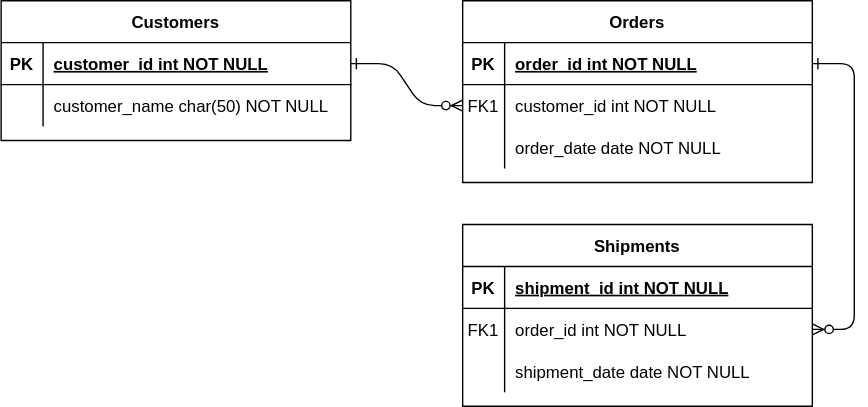
This is document/numbleBank.svg from thinkp0907/numble-banking-api, a draw.io export, as it was before one commit. Source tidied: cells renumbered, new cells last; positions are measured from the earlier drawing's top-left corner, leaving out a move shared by most shapes.
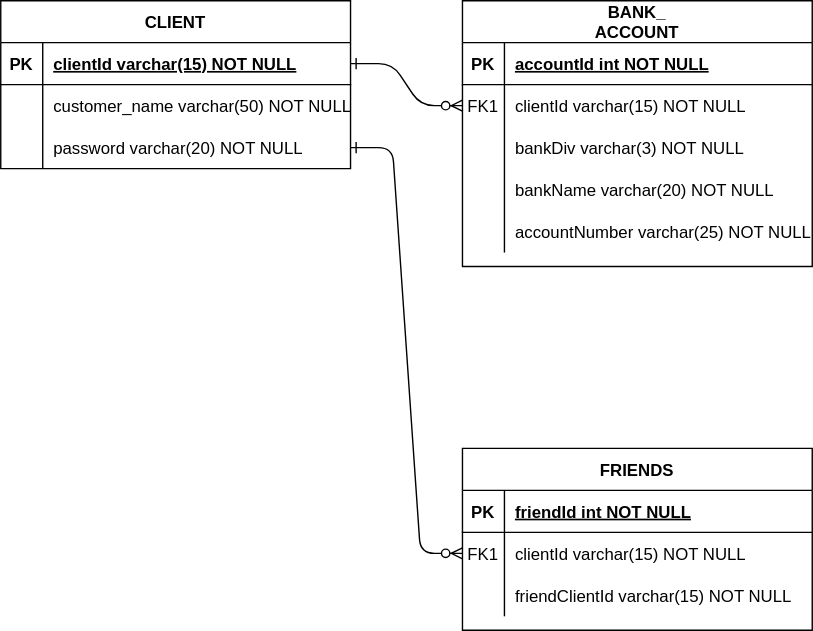
After the change.

Commit message:
#2 - ERD numbleBank 수정

Diff of the diagram source:
```diff
@@ -5,11 +5,8 @@
     <mxCell id="2" style="edgeStyle=entityRelationEdgeStyle;endArrow=ERzeroToMany;startArrow=ERone;endFill=1;startFill=0;" parent="1" edge="1" source="25" target="8">
       <mxGeometry relative="1" as="geometry" />
     </mxCell>
-    <mxCell id="3" style="edgeStyle=entityRelationEdgeStyle;endArrow=ERzeroToMany;startArrow=ERone;endFill=1;startFill=0;" parent="1" edge="1" source="5" target="18">
-      <mxGeometry relative="1" as="geometry" />
-    </mxCell>
-    <mxCell id="4" value="Orders" style="shape=table;startSize=30;rowLines=0;fontStyle=1;align=center;" parent="1" vertex="1">
-      <mxGeometry x="330" width="250" height="130" as="geometry" />
+    <mxCell id="4" value="BANK_&#10;ACCOUNT" style="shape=table;startSize=30;rowLines=0;fontStyle=1;align=center;" parent="1" vertex="1">
+      <mxGeometry x="330" width="250" height="190" as="geometry" />
     </mxCell>
     <mxCell id="5" style="shape=partialRectangle;fillColor=none;points=[[0,0.5],[1,0.5]];portConstraint=eastwest;top=0;left=0;right=0;bottom=1;" parent="4" vertex="1">
       <mxGeometry y="30" width="250" height="30" as="geometry" />
@@ -17,7 +14,7 @@
     <mxCell id="6" value="PK" style="shape=partialRectangle;overflow=hidden;fillColor=none;top=0;left=0;bottom=0;right=0;fontStyle=1;" parent="5" vertex="1">
       <mxGeometry width="30" height="30" as="geometry" />
     </mxCell>
-    <mxCell id="7" value="order_id int NOT NULL " style="shape=partialRectangle;overflow=hidden;fillColor=none;top=0;left=0;bottom=0;right=0;align=left;spacingLeft=6;fontStyle=5;" parent="5" vertex="1">
+    <mxCell id="7" value="accountId int NOT NULL " style="shape=partialRectangle;overflow=hidden;fillColor=none;top=0;left=0;bottom=0;right=0;align=left;spacingLeft=6;fontStyle=5;" parent="5" vertex="1">
       <mxGeometry x="30" width="220" height="30" as="geometry" />
     </mxCell>
     <mxCell id="8" style="shape=partialRectangle;fillColor=none;points=[[0,0.5],[1,0.5]];portConstraint=eastwest;top=0;left=0;right=0;bottom=0;" parent="4" vertex="1">
@@ -26,7 +23,7 @@
     <mxCell id="9" value="FK1" style="shape=partialRectangle;overflow=hidden;fillColor=none;top=0;left=0;bottom=0;right=0;" parent="8" vertex="1">
       <mxGeometry width="30" height="30" as="geometry" />
     </mxCell>
-    <mxCell id="10" value="customer_id int NOT NULL" style="shape=partialRectangle;overflow=hidden;fillColor=none;top=0;left=0;bottom=0;right=0;align=left;spacingLeft=6;" parent="8" vertex="1">
+    <mxCell id="10" value="clientId varchar(15) NOT NULL" style="shape=partialRectangle;overflow=hidden;fillColor=none;top=0;left=0;bottom=0;right=0;align=left;spacingLeft=6;" parent="8" vertex="1">
       <mxGeometry x="30" width="220" height="30" as="geometry" />
     </mxCell>
     <mxCell id="11" style="shape=partialRectangle;fillColor=none;top=0;left=0;right=0;bottom=0;" parent="4" vertex="1">
@@ -35,11 +32,29 @@
     <mxCell id="12" style="shape=partialRectangle;overflow=hidden;fillColor=none;top=0;left=0;bottom=0;right=0;" parent="11" vertex="1">
       <mxGeometry width="30" height="30" as="geometry" />
     </mxCell>
-    <mxCell id="13" value="order_date date NOT NULL" style="shape=partialRectangle;overflow=hidden;fillColor=none;top=0;left=0;bottom=0;right=0;align=left;spacingLeft=6;" parent="11" vertex="1">
+    <mxCell id="13" value="bankDiv varchar(3) NOT NULL" style="shape=partialRectangle;overflow=hidden;fillColor=none;top=0;left=0;bottom=0;right=0;align=left;spacingLeft=6;" parent="11" vertex="1">
       <mxGeometry x="30" width="220" height="30" as="geometry" />
     </mxCell>
+    <mxCell id="31" style="shape=partialRectangle;fillColor=none;top=0;left=0;right=0;bottom=0;" parent="4" vertex="1">
+      <mxGeometry y="120" width="250" height="30" as="geometry" />
+    </mxCell>
+    <mxCell id="32" style="shape=partialRectangle;overflow=hidden;fillColor=none;top=0;left=0;bottom=0;right=0;" parent="31" vertex="1">
+      <mxGeometry width="30" height="30" as="geometry" />
+    </mxCell>
+    <mxCell id="33" value="bankName varchar(20) NOT NULL" style="shape=partialRectangle;overflow=hidden;fillColor=none;top=0;left=0;bottom=0;right=0;align=left;spacingLeft=6;" parent="31" vertex="1">
+      <mxGeometry x="30" width="220" height="30" as="geometry" />
+    </mxCell>
+    <mxCell id="34" style="shape=partialRectangle;fillColor=none;top=0;left=0;right=0;bottom=0;" parent="4" vertex="1">
+      <mxGeometry y="150" width="250" height="30" as="geometry" />
+    </mxCell>
+    <mxCell id="35" style="shape=partialRectangle;overflow=hidden;fillColor=none;top=0;left=0;bottom=0;right=0;" parent="34" vertex="1">
+      <mxGeometry width="30" height="30" as="geometry" />
+    </mxCell>
+    <mxCell id="36" value="accountNumber varchar(25) NOT NULL" style="shape=partialRectangle;overflow=hidden;fillColor=none;top=0;left=0;bottom=0;right=0;align=left;spacingLeft=6;" parent="34" vertex="1">
+      <mxGeometry x="30" width="220" height="30" as="geometry" />
+    </mxCell>
-    <mxCell id="14" value="Shipments" style="shape=table;startSize=30;rowLines=0;fontStyle=1;align=center;" parent="1" vertex="1">
-      <mxGeometry x="330" y="160" width="250" height="130" as="geometry" />
+    <mxCell id="14" value="FRIENDS" style="shape=table;startSize=30;rowLines=0;fontStyle=1;align=center;" parent="1" vertex="1">
+      <mxGeometry x="330" y="320" width="250" height="130" as="geometry" />
     </mxCell>
     <mxCell id="15" style="shape=partialRectangle;fillColor=none;top=0;left=0;right=0;bottom=1;" parent="14" vertex="1">
       <mxGeometry y="30" width="250" height="30" as="geometry" />
@@ -47,7 +62,7 @@
     <mxCell id="16" value="PK" style="shape=partialRectangle;overflow=hidden;fillColor=none;top=0;left=0;bottom=0;right=0;fontStyle=1;" parent="15" vertex="1">
       <mxGeometry width="30" height="30" as="geometry" />
     </mxCell>
-    <mxCell id="17" value="shipment_id int NOT NULL " style="shape=partialRectangle;overflow=hidden;fillColor=none;top=0;left=0;bottom=0;right=0;align=left;spacingLeft=6;fontStyle=5;" parent="15" vertex="1">
+    <mxCell id="17" value="friendId int NOT NULL" style="shape=partialRectangle;overflow=hidden;fillColor=none;top=0;left=0;bottom=0;right=0;align=left;spacingLeft=6;fontStyle=5;" parent="15" vertex="1">
       <mxGeometry x="30" width="220" height="30" as="geometry" />
     </mxCell>
     <mxCell id="18" style="shape=partialRectangle;fillColor=none;points=[[0,0.5],[1,0.5]];portConstraint=eastwest;top=0;left=0;right=0;bottom=0;" parent="14" vertex="1">
@@ -56,7 +71,7 @@
     <mxCell id="19" value="FK1" style="shape=partialRectangle;overflow=hidden;fillColor=none;top=0;left=0;bottom=0;right=0;" parent="18" vertex="1">
       <mxGeometry width="30" height="30" as="geometry" />
     </mxCell>
-    <mxCell id="20" value="order_id int NOT NULL" style="shape=partialRectangle;overflow=hidden;fillColor=none;top=0;left=0;bottom=0;right=0;align=left;spacingLeft=6;" parent="18" vertex="1">
+    <mxCell id="20" value="clientId varchar(15) NOT NULL" style="shape=partialRectangle;overflow=hidden;fillColor=none;top=0;left=0;bottom=0;right=0;align=left;spacingLeft=6;" parent="18" vertex="1">
       <mxGeometry x="30" width="220" height="30" as="geometry" />
     </mxCell>
     <mxCell id="21" style="shape=partialRectangle;fillColor=none;top=0;left=0;right=0;bottom=0;" parent="14" vertex="1">
@@ -65,11 +80,11 @@
     <mxCell id="22" style="shape=partialRectangle;overflow=hidden;fillColor=none;top=0;left=0;bottom=0;right=0;" parent="21" vertex="1">
       <mxGeometry width="30" height="30" as="geometry" />
     </mxCell>
-    <mxCell id="23" value="shipment_date date NOT NULL" style="shape=partialRectangle;overflow=hidden;fillColor=none;top=0;left=0;bottom=0;right=0;align=left;spacingLeft=6;" parent="21" vertex="1">
+    <mxCell id="23" value="friendClientId varchar(15) NOT NULL" style="shape=partialRectangle;overflow=hidden;fillColor=none;top=0;left=0;bottom=0;right=0;align=left;spacingLeft=6;" parent="21" vertex="1">
       <mxGeometry x="30" width="220" height="30" as="geometry" />
     </mxCell>
-    <mxCell id="24" value="Customers" style="shape=table;startSize=30;rowLines=0;fontStyle=1;align=center;" parent="1" vertex="1">
-      <mxGeometry width="250" height="100" as="geometry" />
+    <mxCell id="24" value="CLIENT" style="shape=table;startSize=30;rowLines=0;fontStyle=1;align=center;" parent="1" vertex="1">
+      <mxGeometry width="250" height="120" as="geometry" />
     </mxCell>
     <mxCell id="25" style="shape=partialRectangle;fillColor=none;points=[[0,0.5],[1,0.5]];portConstraint=eastwest;top=0;left=0;right=0;bottom=1;" parent="24" vertex="1">
       <mxGeometry y="30" width="250" height="30" as="geometry" />
@@ -77,7 +92,7 @@
     <mxCell id="26" value="PK" style="shape=partialRectangle;overflow=hidden;fillColor=none;top=0;left=0;bottom=0;right=0;fontStyle=1;" parent="25" vertex="1">
       <mxGeometry width="30" height="30" as="geometry" />
     </mxCell>
-    <mxCell id="27" value="customer_id int NOT NULL " style="shape=partialRectangle;overflow=hidden;fillColor=none;top=0;left=0;bottom=0;right=0;align=left;spacingLeft=6;fontStyle=5;" parent="25" vertex="1">
+    <mxCell id="27" value="clientId varchar(15) NOT NULL " style="shape=partialRectangle;overflow=hidden;fillColor=none;top=0;left=0;bottom=0;right=0;align=left;spacingLeft=6;fontStyle=5;" parent="25" vertex="1">
       <mxGeometry x="30" width="220" height="30" as="geometry" />
     </mxCell>
     <mxCell id="28" style="shape=partialRectangle;fillColor=none;top=0;left=0;right=0;bottom=0;" parent="24" vertex="1">
@@ -86,8 +101,20 @@
     <mxCell id="29" style="shape=partialRectangle;overflow=hidden;fillColor=none;top=0;left=0;bottom=0;right=0;" parent="28" vertex="1">
       <mxGeometry width="30" height="30" as="geometry" />
     </mxCell>
-    <mxCell id="30" value="customer_name char(50) NOT NULL" style="shape=partialRectangle;overflow=hidden;fillColor=none;top=0;left=0;bottom=0;right=0;align=left;spacingLeft=6;" parent="28" vertex="1">
+    <mxCell id="30" value="customer_name varchar(50) NOT NULL" style="shape=partialRectangle;overflow=hidden;fillColor=none;top=0;left=0;bottom=0;right=0;align=left;spacingLeft=6;" parent="28" vertex="1">
       <mxGeometry x="30" width="220" height="30" as="geometry" />
     </mxCell>
+    <mxCell id="37" style="shape=partialRectangle;fillColor=none;points=[[0,0.5],[1,0.5]];portConstraint=eastwest;top=0;left=0;right=0;bottom=0;" parent="24" vertex="1">
+      <mxGeometry y="90" width="250" height="30" as="geometry" />
+    </mxCell>
+    <mxCell id="38" style="shape=partialRectangle;overflow=hidden;fillColor=none;top=0;left=0;bottom=0;right=0;" parent="37" vertex="1">
+      <mxGeometry width="30" height="30" as="geometry" />
+    </mxCell>
+    <mxCell id="39" value="password varchar(20) NOT NULL" style="shape=partialRectangle;overflow=hidden;fillColor=none;top=0;left=0;bottom=0;right=0;align=left;spacingLeft=6;" parent="37" vertex="1">
+      <mxGeometry x="30" width="220" height="30" as="geometry" />
+    </mxCell>
+    <mxCell id="40" style="edgeStyle=entityRelationEdgeStyle;endArrow=ERzeroToMany;startArrow=ERone;endFill=1;startFill=0;exitX=1;exitY=0.5;exitDx=0;exitDy=0;entryX=0;entryY=0.5;entryDx=0;entryDy=0;" parent="1" edge="1" source="37" target="18">
+      <mxGeometry relative="1" as="geometry" />
+    </mxCell>
   </root>
 </mxGraphModel>
```
